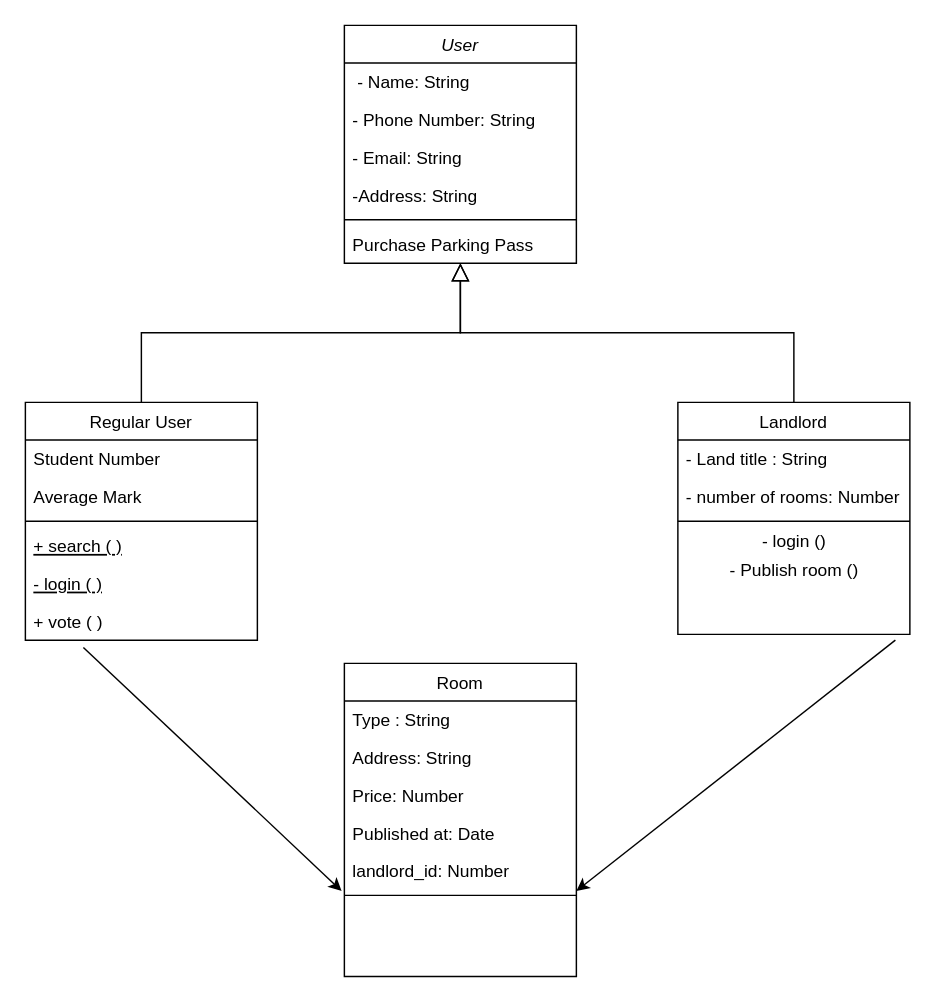
eldrige/Assignment keeps this draw.io diagram as assets/Untitled Diagram.drawio. Above is the earlier version. Source tidied: cells renumbered, new cells numbered last; positions are measured from the earlier drawing's top-left corner, leaving out a move shared by most shapes. Both pictures are drawn from the tidied source at 145%, with x=0, y=0 at pixel (25, 25).
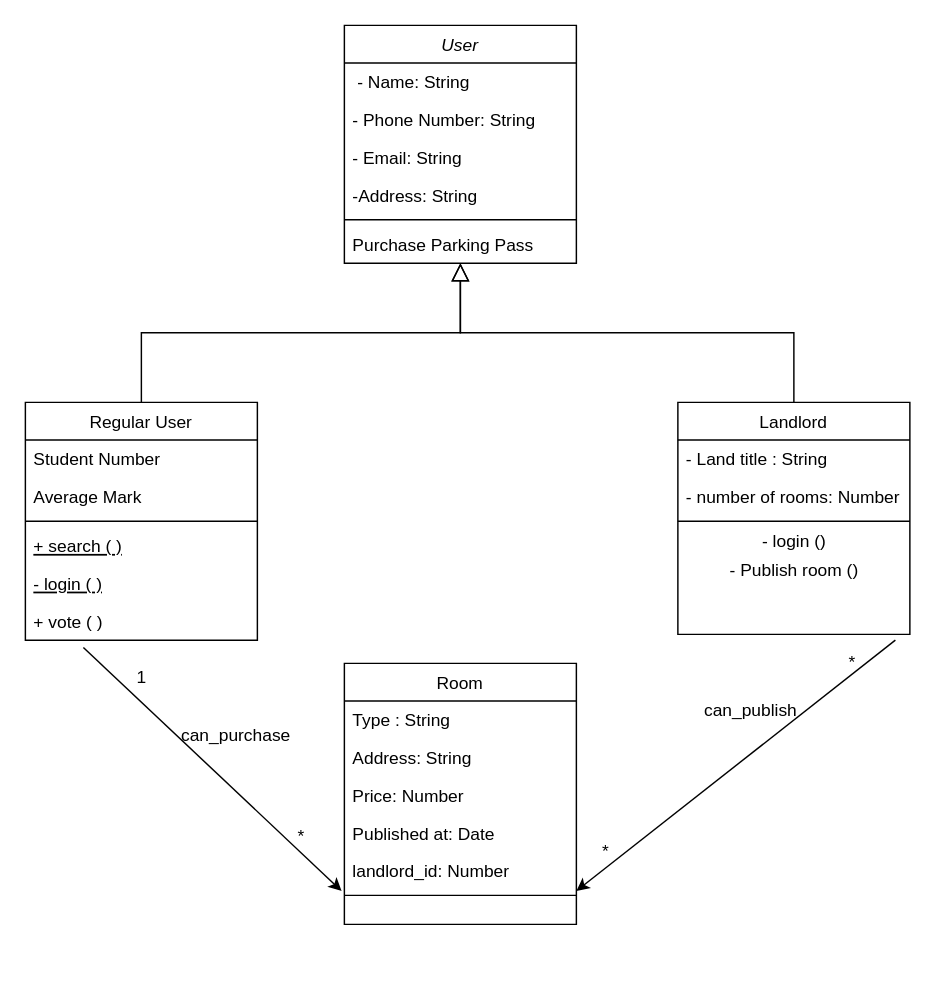
Above is the later version.

Change to the diagram source:
```diff
@@
     <mxCell id="24" value="Room" style="swimlane;fontStyle=0;align=center;verticalAlign=top;horizontal=1;startSize=26;rounded=0;shadow=0;strokeWidth=1;" parent="1" vertex="1">
-      <mxGeometry x="220" y="440" width="160" height="216" as="geometry" />
+      <mxGeometry x="220" y="440" width="160" height="180" as="geometry" />
     </mxCell>
@@
+    <mxCell id="33" value="can_purchase" style="text;html=1;align=center;verticalAlign=middle;strokeColor=none;" parent="1" vertex="1">
+      <mxGeometry x="100" y="480" width="90" height="20" as="geometry" />
+    </mxCell>
+    <mxCell id="34" value="&lt;div&gt;can_publish&lt;/div&gt;&lt;div&gt;&lt;br&gt;&lt;/div&gt;" style="text;html=1;align=center;verticalAlign=middle;strokeColor=none;" parent="1" vertex="1">
+      <mxGeometry x="460" y="465" width="80" height="30" as="geometry" />
+    </mxCell>
+    <mxCell id="35" value="1" style="text;html=1;align=center;verticalAlign=middle;strokeColor=none;" parent="1" vertex="1">
+      <mxGeometry x="70" y="440" width="20" height="20" as="geometry" />
+    </mxCell>
+    <mxCell id="36" value="*" style="text;html=1;align=center;verticalAlign=middle;strokeColor=none;strokeWidth=7;" parent="1" vertex="1">
+      <mxGeometry x="180" y="550" width="20" height="20" as="geometry" />
+    </mxCell>
+    <mxCell id="37" value="*" style="text;html=1;align=center;verticalAlign=middle;strokeColor=none;" parent="1" vertex="1">
+      <mxGeometry x="560" y="430" width="20" height="20" as="geometry" />
+    </mxCell>
+    <mxCell id="38" value="*" style="text;html=1;align=center;verticalAlign=middle;strokeColor=none;" parent="1" vertex="1">
+      <mxGeometry x="390" y="560" width="20" height="20" as="geometry" />
+    </mxCell>
```
